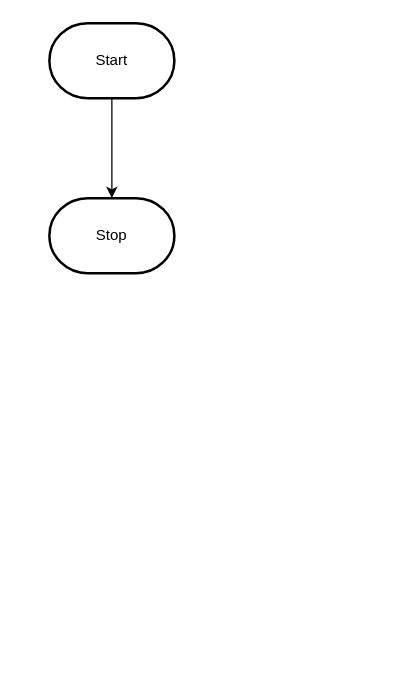
Above: design/flowchart.drawio in MTHS-TEJ2O-1-2023/TEJ2O-Unit-5-07-ihor-chernyshev (draw.io), before the change. Source tidied: cells renumbered, new cells numbered last; positions are measured from the earlier drawing's top-left corner, leaving out a move shared by most shapes. Both pictures are drawn from the tidied source at 125%, with x=0, y=0 at pixel (49, 22).
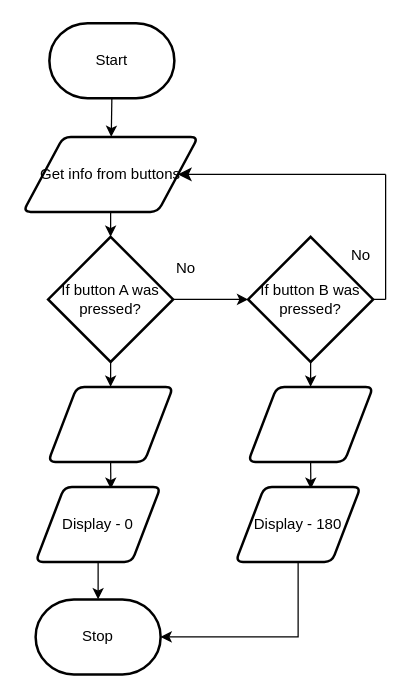
The same page after the edit.

Unchanged cells that the change refers to:
```xml
<mxCell id="3" value="Start" style="strokeWidth=2;html=1;shape=mxgraph.flowchart.terminator;whiteSpace=wrap;" parent="1" vertex="1">
  <mxGeometry width="100" height="60" as="geometry" />
</mxCell>
```

Diff of the diagram source:
```diff
@@
-    <mxCell id="2" style="edgeStyle=orthogonalEdgeStyle;html=1;rounded=0;" parent="1" edge="1" source="3" target="4">
-      <mxGeometry relative="1" as="geometry" />
-    </mxCell>
+    <mxCell id="5" style="edgeStyle=none;html=1;exitX=0.5;exitY=1;exitDx=0;exitDy=0;exitPerimeter=0;" parent="1" edge="1" source="3" target="2">
+      <mxGeometry relative="1" as="geometry" />
+    </mxCell>
@@
     <mxCell id="4" value="Stop" style="strokeWidth=2;html=1;shape=mxgraph.flowchart.terminator;whiteSpace=wrap;" parent="1" vertex="1">
-      <mxGeometry y="140" width="100" height="60" as="geometry" />
+      <mxGeometry x="-11" y="461" width="100" height="60" as="geometry" />
     </mxCell>
+    <mxCell id="6" style="edgeStyle=none;html=1;exitX=0.5;exitY=1;exitDx=0;exitDy=0;entryX=0.5;entryY=0;entryDx=0;entryDy=0;entryPerimeter=0;" parent="1" edge="1" source="2" target="9">
+      <mxGeometry relative="1" as="geometry" />
+    </mxCell>
+    <mxCell id="2" value="Get info from buttons" style="shape=parallelogram;html=1;strokeWidth=2;perimeter=parallelogramPerimeter;whiteSpace=wrap;rounded=1;arcSize=12;size=0.23;" parent="1" vertex="1">
+      <mxGeometry x="-21" y="91" width="140" height="60" as="geometry" />
+    </mxCell>
+    <mxCell id="7" style="edgeStyle=none;html=1;exitX=1;exitY=0.5;exitDx=0;exitDy=0;exitPerimeter=0;entryX=0;entryY=0.5;entryDx=0;entryDy=0;entryPerimeter=0;" parent="1" edge="1" source="9" target="11">
+      <mxGeometry relative="1" as="geometry">
+        <Array as="points">
+          <mxPoint x="119" y="221" />
+        </Array>
+      </mxGeometry>
+    </mxCell>
+    <mxCell id="8" style="edgeStyle=none;html=1;exitX=0.5;exitY=1;exitDx=0;exitDy=0;exitPerimeter=0;entryX=0.5;entryY=0;entryDx=0;entryDy=0;" parent="1" edge="1" source="9" target="17">
+      <mxGeometry relative="1" as="geometry" />
+    </mxCell>
+    <mxCell id="9" value="If button A was pressed?" style="strokeWidth=2;html=1;shape=mxgraph.flowchart.decision;whiteSpace=wrap;" parent="1" vertex="1">
+      <mxGeometry x="-1" y="171" width="100" height="100" as="geometry" />
+    </mxCell>
+    <mxCell id="10" style="edgeStyle=none;html=1;exitX=1;exitY=0.5;exitDx=0;exitDy=0;exitPerimeter=0;endArrow=none;endFill=0;" parent="1" edge="1" source="11">
+      <mxGeometry relative="1" as="geometry">
+        <mxPoint x="269" y="221" as="targetPoint" />
+      </mxGeometry>
+    </mxCell>
+    <mxCell id="11" value="If button B was pressed?" style="strokeWidth=2;html=1;shape=mxgraph.flowchart.decision;whiteSpace=wrap;" parent="1" vertex="1">
+      <mxGeometry x="159" y="171" width="100" height="100" as="geometry" />
+    </mxCell>
+    <mxCell id="12" value="No" style="text;html=1;align=center;verticalAlign=middle;strokeColor=none;fillColor=none;" parent="1" vertex="1">
+      <mxGeometry x="89" y="181" width="40" height="30" as="geometry" />
+    </mxCell>
+    <mxCell id="13" style="endArrow=classic;html=1;rounded=0;endSize=8;startSize=8;sourcePerimeterSpacing=0;targetPerimeterSpacing=0;" parent="1" edge="1" target="2">
+      <mxGeometry relative="1" as="geometry">
+        <mxPoint x="269" y="121" as="sourcePoint" />
+      </mxGeometry>
+    </mxCell>
+    <mxCell id="14" style="edgeStyle=none;orthogonalLoop=1;jettySize=auto;html=1;rounded=1;endArrow=none;endFill=0;" parent="1" edge="1">
+      <mxGeometry relative="1" as="geometry">
+        <mxPoint x="269" y="121" as="sourcePoint" />
+        <mxPoint x="269" y="221" as="targetPoint" />
+      </mxGeometry>
+    </mxCell>
+    <mxCell id="15" value="No" style="text;html=1;align=center;verticalAlign=middle;strokeColor=none;fillColor=none;" parent="1" vertex="1">
+      <mxGeometry x="229" y="171" width="40" height="30" as="geometry" />
+    </mxCell>
+    <mxCell id="16" style="edgeStyle=none;html=1;exitX=0.5;exitY=1;exitDx=0;exitDy=0;entryX=0.602;entryY=0.025;entryDx=0;entryDy=0;entryPerimeter=0;" parent="1" edge="1" source="17" target="19">
+      <mxGeometry relative="1" as="geometry" />
+    </mxCell>
+    <mxCell id="17" style="shape=parallelogram;html=1;strokeWidth=2;perimeter=parallelogramPerimeter;whiteSpace=wrap;rounded=1;arcSize=12;size=0.23;" parent="1" vertex="1">
+      <mxGeometry x="-1" y="291" width="100" height="60" as="geometry" />
+    </mxCell>
+    <mxCell id="18" style="edgeStyle=none;html=1;exitX=0.5;exitY=1;exitDx=0;exitDy=0;entryX=0.5;entryY=0;entryDx=0;entryDy=0;entryPerimeter=0;" parent="1" edge="1" source="19" target="4">
+      <mxGeometry relative="1" as="geometry" />
+    </mxCell>
+    <mxCell id="19" value="Display - 0" style="shape=parallelogram;html=1;strokeWidth=2;perimeter=parallelogramPerimeter;whiteSpace=wrap;rounded=1;arcSize=12;size=0.23;" parent="1" vertex="1">
+      <mxGeometry x="-11" y="371" width="100" height="60" as="geometry" />
+    </mxCell>
+    <mxCell id="20" style="edgeStyle=none;html=1;exitX=0.5;exitY=1;exitDx=0;exitDy=0;exitPerimeter=0;entryX=0.5;entryY=0;entryDx=0;entryDy=0;" parent="1" edge="1" target="22">
+      <mxGeometry relative="1" as="geometry">
+        <mxPoint x="209" y="271" as="sourcePoint" />
+      </mxGeometry>
+    </mxCell>
+    <mxCell id="21" style="edgeStyle=none;html=1;exitX=0.5;exitY=1;exitDx=0;exitDy=0;entryX=0.602;entryY=0.025;entryDx=0;entryDy=0;entryPerimeter=0;" parent="1" edge="1" source="22" target="24">
+      <mxGeometry relative="1" as="geometry" />
+    </mxCell>
+    <mxCell id="22" style="shape=parallelogram;html=1;strokeWidth=2;perimeter=parallelogramPerimeter;whiteSpace=wrap;rounded=1;arcSize=12;size=0.23;" parent="1" vertex="1">
+      <mxGeometry x="159" y="291" width="100" height="60" as="geometry" />
+    </mxCell>
+    <mxCell id="23" style="edgeStyle=orthogonalEdgeStyle;html=1;exitX=0.5;exitY=1;exitDx=0;exitDy=0;entryX=1;entryY=0.5;entryDx=0;entryDy=0;entryPerimeter=0;rounded=0;" parent="1" edge="1" source="24" target="4">
+      <mxGeometry relative="1" as="geometry" />
+    </mxCell>
+    <mxCell id="24" value="Display - 180" style="shape=parallelogram;html=1;strokeWidth=2;perimeter=parallelogramPerimeter;whiteSpace=wrap;rounded=1;arcSize=12;size=0.23;" parent="1" vertex="1">
+      <mxGeometry x="149" y="371" width="100" height="60" as="geometry" />
+    </mxCell>
```
